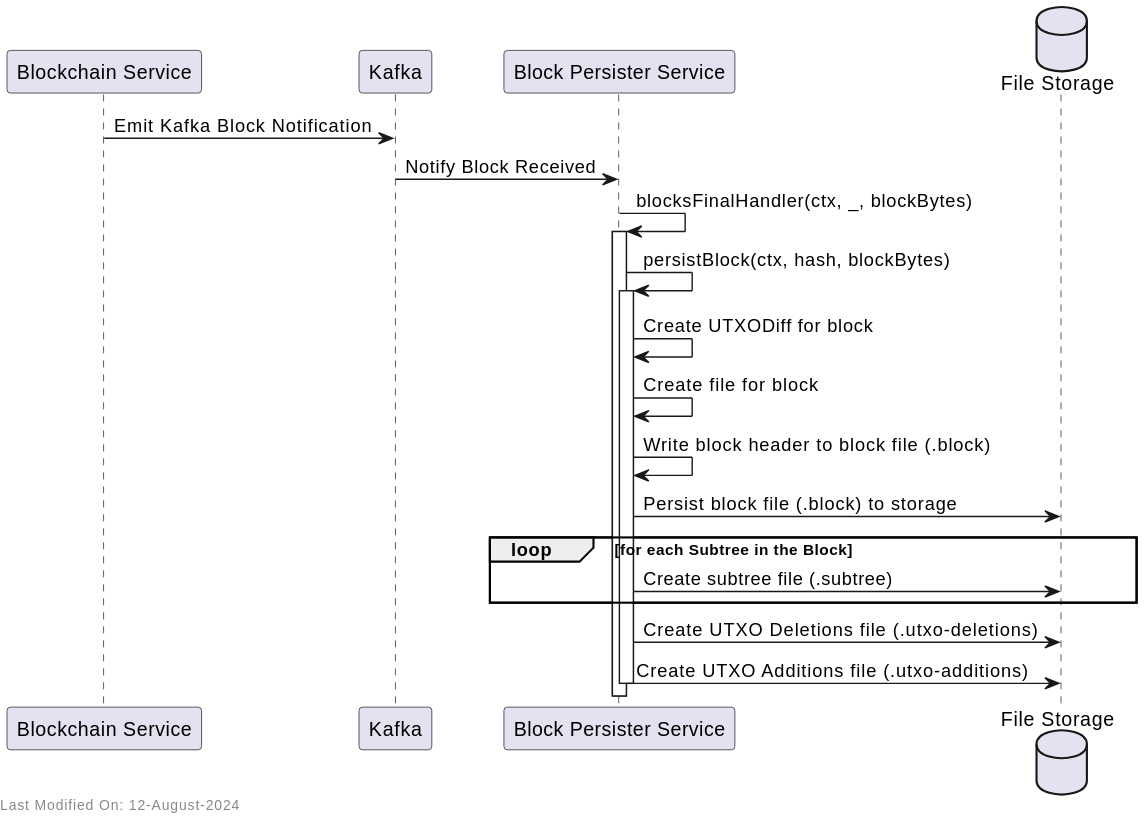
The PlantUML diagram docs/topics/services/img/plantuml/blockpersister/block_persister_receive_new_blocks.svg in freemans13/teranode, before a commit. The source it was exported from:
```plantuml
@startuml
participant "Blockchain Service" as Blockchain
participant "Kafka" as Kafka
participant "Block Persister Service" as BlockPersister
database "File Storage" as FileStorage

Blockchain -> Kafka: Emit Kafka Block Notification
Kafka -> BlockPersister: Notify Block Received
BlockPersister -> BlockPersister: blocksFinalHandler(ctx, _, blockBytes)
activate BlockPersister
BlockPersister -> BlockPersister: persistBlock(ctx, hash, blockBytes)
activate BlockPersister
BlockPersister -> BlockPersister: Create UTXODiff for block


BlockPersister -> BlockPersister: Create file for block
BlockPersister -> BlockPersister: Write block header to block file (.block)
BlockPersister -> FileStorage: Persist block file (.block) to storage

loop for each Subtree in the Block
    BlockPersister -> FileStorage: Create subtree file (.subtree)
end

BlockPersister -> FileStorage: Create UTXO Deletions file  (.utxo-deletions)

BlockPersister -> FileStorage: Create UTXO Additions file (.utxo-additions)
deactivate BlockPersister




left footer Last Modified On: 12-August-2024
@enduml
```
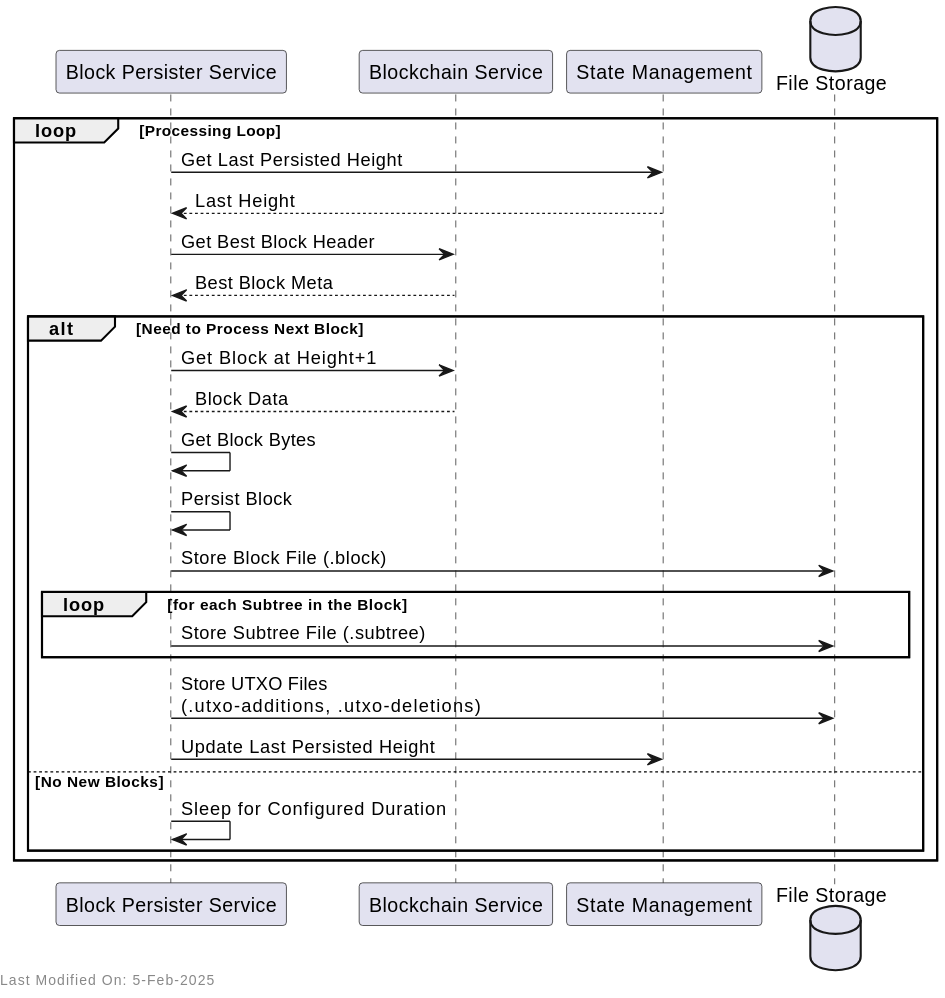
Later version of the same file.

Commit message:
Review changes in BlockPersister #1885

Change to the diagram source:
```diff
@@ -1,33 +1,36 @@
 @startuml
+participant "Block Persister Service" as BlockPersister
 participant "Blockchain Service" as Blockchain
-participant "Kafka" as Kafka
-participant "Block Persister Service" as BlockPersister
+participant "State Management" as State
 database "File Storage" as FileStorage
 
-Blockchain -> Kafka: Emit Kafka Block Notification
-Kafka -> BlockPersister: Notify Block Received
-BlockPersister -> BlockPersister: blocksFinalHandler(ctx, _, blockBytes)
-activate BlockPersister
-BlockPersister -> BlockPersister: persistBlock(ctx, hash, blockBytes)
-activate BlockPersister
-BlockPersister -> BlockPersister: Create UTXODiff for block
+loop Processing Loop
+    BlockPersister -> State: Get Last Persisted Height
+    State --> BlockPersister: Last Height
 
+    BlockPersister -> Blockchain: Get Best Block Header
+    Blockchain --> BlockPersister: Best Block Meta
 
-BlockPersister -> BlockPersister: Create file for block
-BlockPersister -> BlockPersister: Write block header to block file (.block)
-BlockPersister -> FileStorage: Persist block file (.block) to storage
+    alt Need to Process Next Block
+        BlockPersister -> Blockchain: Get Block at Height+1
+        Blockchain --> BlockPersister: Block Data
 
-loop for each Subtree in the Block
-    BlockPersister -> FileStorage: Create subtree file (.subtree)
+        BlockPersister -> BlockPersister: Get Block Bytes
+        BlockPersister -> BlockPersister: Persist Block
+
+        BlockPersister -> FileStorage: Store Block File (.block)
+
+        loop for each Subtree in the Block
+            BlockPersister -> FileStorage: Store Subtree File (.subtree)
+        end
+
+        BlockPersister -> FileStorage: Store UTXO Files\n(.utxo-additions, .utxo-deletions)
+
+        BlockPersister -> State: Update Last Persisted Height
+    else No New Blocks
+        BlockPersister -> BlockPersister: Sleep for Configured Duration
+    end
 end
 
-BlockPersister -> FileStorage: Create UTXO Deletions file  (.utxo-deletions)
-
-BlockPersister -> FileStorage: Create UTXO Additions file (.utxo-additions)
-deactivate BlockPersister
-
-
-
-
-left footer Last Modified On: 12-August-2024
+left footer Last Modified On: %date("dd-MMM-yyyy")
 @enduml
```
